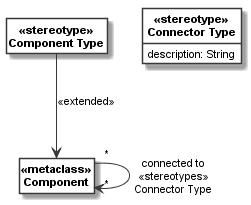
Earlier version of the PlantUML export docsrc/source/images/component_model_all.png (uzdun/CodeableModels).
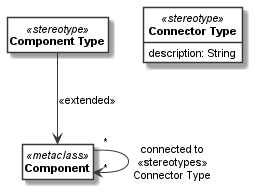
Above is the later version.

The edit, as a diff of the source:
```diff
@@ -5,13 +5,12 @@
 hide circle
 skinparam defaultFontName Arial
 skinparam defaultFontSize 11
-skinparam classfontstyle bold
-class "«metaclass»\nComponent" as __1_Component
-class "«stereotype»\nComponent Type" as __2_Component_Type
-class "«stereotype»\nConnector Type" as __3_Connector_Type{
+class "<b>Component</b>" as __1_Component <<metaclass>>
+class "<b>Component Type</b>" as __2_Component_Type <<stereotype>>
+class "<b>Connector Type</b>" as __3_Connector_Type <<stereotype>> {
 description: String
 }
 
-__1_Component " * "  -->  " * " __1_Component: "connected to\n«stereotypes»\nConnector Type"
-__2_Component_Type --> __1_Component: "«extended»\n"
+__1_Component " * "  -->  " * " __1_Component: "connected to\n<<stereotypes>>\nConnector Type"
+__2_Component_Type --> __1_Component: "<<extended>>"
 @enduml
```
